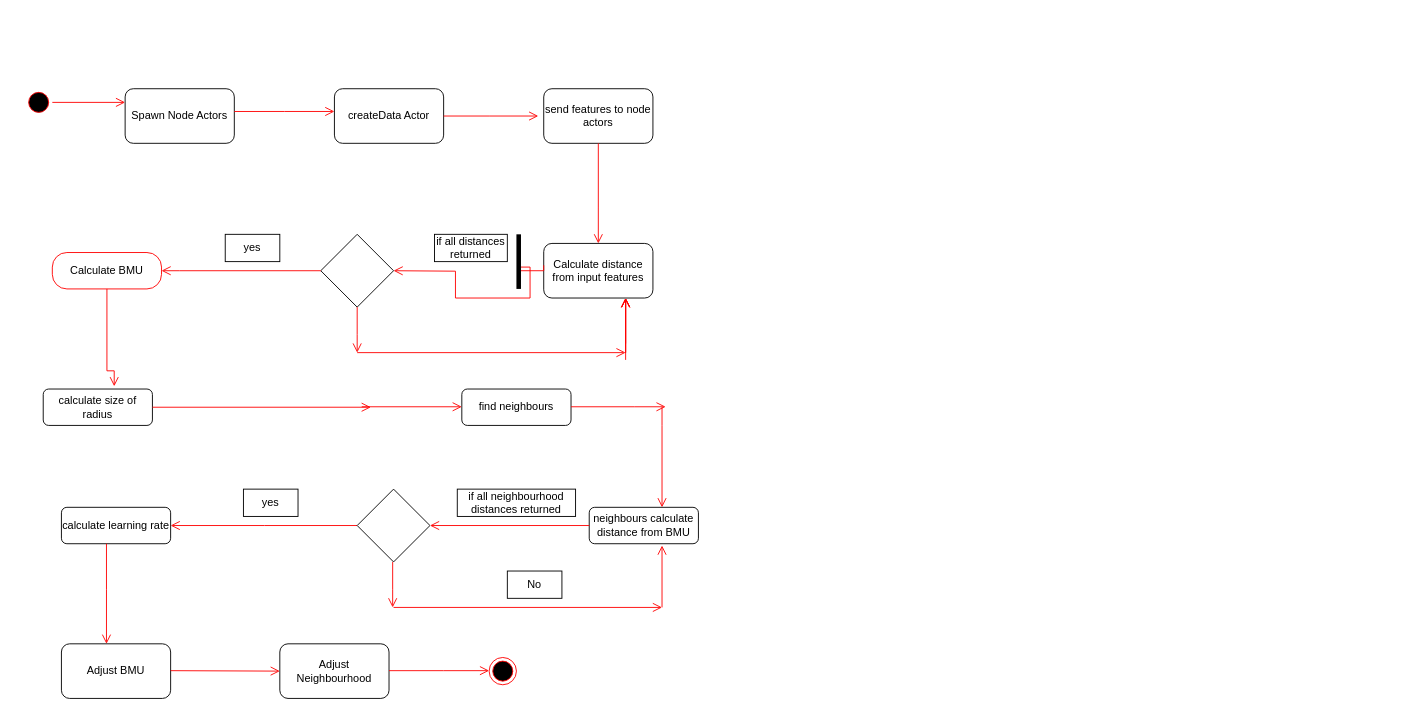
Above: Untitled Diagram.drawio in vanelopethecoder/som-basic (draw.io), before the change. Source tidied: cells renumbered, new cells numbered last; positions are measured from the earlier drawing's top-left corner, leaving out a move shared by most shapes. Both pictures are drawn from the tidied source at 91%, with x=0, y=0 at pixel (25, 88).
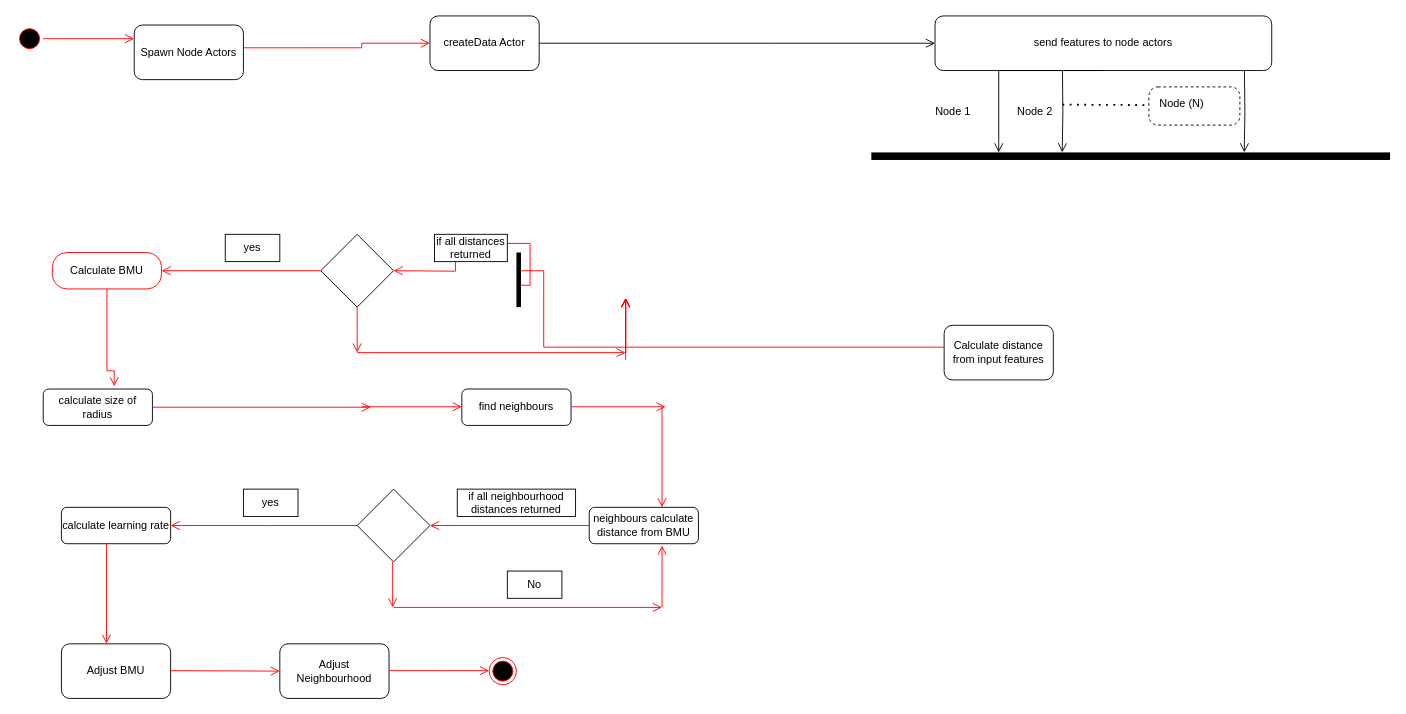
After the change.

Diff of the diagram source:
```diff
@@
     <mxCell id="2" value="Spawn Node Actors" style="rounded=1;whiteSpace=wrap;html=1;" parent="1" vertex="1">
-      <mxGeometry x="110" width="120" height="60" as="geometry" />
+      <mxGeometry x="120" y="-70" width="120" height="60" as="geometry" />
     </mxCell>
     <mxCell id="3" style="ellipse;html=1;shape=startState;fillColor=#000000;strokeColor=#ff0000;" parent="1" vertex="1">
-      <mxGeometry width="30" height="30" as="geometry" />
+      <mxGeometry x="-10" y="-70" width="30" height="30" as="geometry" />
     </mxCell>
@@
     <mxCell id="5" value="createData Actor" style="rounded=1;whiteSpace=wrap;html=1;" parent="1" vertex="1">
-      <mxGeometry x="340" width="120" height="60" as="geometry" />
+      <mxGeometry x="445" y="-80" width="120" height="60" as="geometry" />
     </mxCell>
-    <mxCell id="6" style="edgeStyle=orthogonalEdgeStyle;html=1;verticalAlign=bottom;endArrow=open;endSize=8;strokeColor=#ff0000;rounded=0;entryX=0;entryY=0.25;entryDx=0;entryDy=0;exitX=1;exitY=0.417;exitDx=0;exitDy=0;exitPerimeter=0;" parent="1" edge="1" source="2">
+    <mxCell id="6" style="edgeStyle=orthogonalEdgeStyle;html=1;verticalAlign=bottom;endArrow=open;endSize=8;strokeColor=#ff0000;rounded=0;entryX=0;entryY=0.5;entryDx=0;entryDy=0;exitX=1;exitY=0.417;exitDx=0;exitDy=0;exitPerimeter=0;" parent="1" edge="1" source="2" target="5">
       <mxGeometry relative="1" as="geometry">
-        <mxPoint x="340" y="25" as="targetPoint" />
+        <Array as="points">
+          <mxPoint x="370" y="-45" />
+        </Array>
       </mxGeometry>
     </mxCell>
-    <mxCell id="7" style="edgeStyle=orthogonalEdgeStyle;html=1;verticalAlign=bottom;endArrow=open;endSize=8;strokeColor=#ff0000;rounded=0;entryX=0;entryY=0.25;entryDx=0;entryDy=0;" parent="1" edge="1">
+    <mxCell id="7" style="edgeStyle=orthogonalEdgeStyle;html=1;verticalAlign=bottom;endArrow=open;endSize=8;strokeColor=#000000;rounded=0;entryX=0;entryY=0.5;entryDx=0;entryDy=0;exitX=1;exitY=0.5;exitDx=0;exitDy=0;" parent="1" edge="1" source="5" target="8">
       <mxGeometry relative="1" as="geometry">
-        <mxPoint x="460" y="30" as="sourcePoint" />
-        <mxPoint x="564" y="30" as="targetPoint" />
         <Array as="points">
-          <mxPoint x="510" y="30" />
-          <mxPoint x="510" y="30" />
+          <mxPoint x="820" y="-50" />
         </Array>
       </mxGeometry>
     </mxCell>
     <mxCell id="8" value="send features to node actors" style="rounded=1;whiteSpace=wrap;html=1;" parent="1" vertex="1">
-      <mxGeometry x="570" width="120" height="60" as="geometry" />
+      <mxGeometry x="1000" y="-80" width="370" height="60" as="geometry" />
     </mxCell>
-    <mxCell id="9" style="edgeStyle=orthogonalEdgeStyle;html=1;verticalAlign=bottom;endArrow=open;endSize=8;strokeColor=#ff0000;rounded=0;entryX=0.5;entryY=0;entryDx=0;entryDy=0;exitX=0.5;exitY=1;exitDx=0;exitDy=0;" parent="1" edge="1" source="8">
+    <mxCell id="9" style="edgeStyle=orthogonalEdgeStyle;html=1;verticalAlign=bottom;endArrow=open;endSize=8;strokeColor=#000000;rounded=0;exitX=0.5;exitY=1;exitDx=0;exitDy=0;" parent="1" edge="1" source="8">
       <mxGeometry relative="1" as="geometry">
-        <mxPoint x="630" y="170" as="targetPoint" />
+        <mxPoint x="1070" y="70" as="targetPoint" />
         <Array as="points">
-          <mxPoint x="630" y="130" />
+          <mxPoint x="1070" y="-20" />
         </Array>
       </mxGeometry>
     </mxCell>
     <mxCell id="10" value="Calculate distance from input features" style="rounded=1;whiteSpace=wrap;html=1;" parent="1" vertex="1">
-      <mxGeometry x="570" y="170" width="120" height="60" as="geometry" />
+      <mxGeometry x="1010" y="260" width="120" height="60" as="geometry" />
     </mxCell>
@@
     <mxCell id="47" style="html=1;points=[];perimeter=orthogonalPerimeter;fillColor=#000000;strokeColor=none;direction=west;" parent="1" vertex="1">
-      <mxGeometry x="540" y="160" width="5" height="60" as="geometry" />
+      <mxGeometry x="540" y="180" width="5" height="60" as="geometry" />
     </mxCell>
@@
+    <mxCell id="49" style="html=1;points=[];perimeter=orthogonalPerimeter;fillColor=#000000;strokeColor=none;direction=north;" parent="1" vertex="1">
+      <mxGeometry x="930" y="70" width="570" height="8.3" as="geometry" />
+    </mxCell>
+    <mxCell id="50" style="edgeStyle=orthogonalEdgeStyle;html=1;verticalAlign=bottom;endArrow=open;endSize=8;strokeColor=#000000;rounded=0;entryX=1;entryY=0.368;entryDx=0;entryDy=0;entryPerimeter=0;" parent="1" edge="1" target="49">
+      <mxGeometry relative="1" as="geometry">
+        <mxPoint x="1140" y="-20" as="sourcePoint" />
+      </mxGeometry>
+    </mxCell>
+    <mxCell id="51" style="edgeStyle=orthogonalEdgeStyle;html=1;verticalAlign=bottom;endArrow=open;endSize=8;strokeColor=#000000;rounded=0;entryX=1;entryY=0.719;entryDx=0;entryDy=0;entryPerimeter=0;" parent="1" edge="1" target="49">
+      <mxGeometry relative="1" as="geometry">
+        <mxPoint x="1340" y="-20" as="sourcePoint" />
+      </mxGeometry>
+    </mxCell>
+    <mxCell id="52" value="Node 1" style="text;html=1;strokeColor=none;fillColor=none;align=center;verticalAlign=middle;whiteSpace=wrap;rounded=0;" parent="1" vertex="1">
+      <mxGeometry x="990" y="10" width="60" height="30" as="geometry" />
+    </mxCell>
+    <mxCell id="53" value="Node 2" style="text;html=1;strokeColor=none;fillColor=none;align=center;verticalAlign=middle;whiteSpace=wrap;rounded=0;" parent="1" vertex="1">
+      <mxGeometry x="1080" y="10" width="60" height="30" as="geometry" />
+    </mxCell>
+    <mxCell id="54" style="endArrow=none;dashed=1;html=1;dashPattern=1 3;strokeWidth=2;rounded=0;exitX=1;exitY=0.25;exitDx=0;exitDy=0;" parent="1" edge="1" source="53">
+      <mxGeometry relative="1" as="geometry">
+        <mxPoint x="1240" y="18" as="targetPoint" />
+      </mxGeometry>
+    </mxCell>
+    <mxCell id="55" value="Node (N)" style="dashed=1;rounded=1;absoluteArcSize=1;arcSize=20;html=1;verticalAlign=top;align=left;spacingTop=5;spacingLeft=10;" parent="1" vertex="1">
+      <mxGeometry x="1235" y="-2" width="100" height="42" as="geometry" />
+    </mxCell>
```
